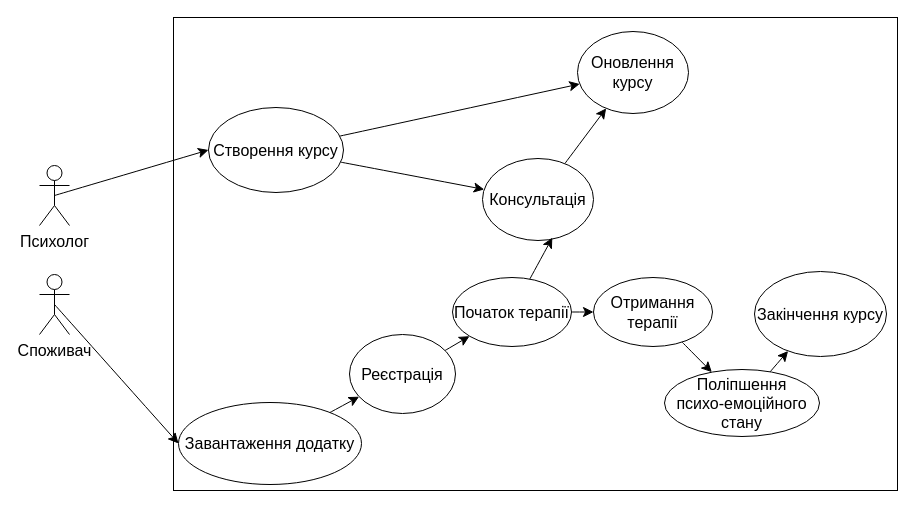
The draw.io diagram 1-SoftwareRequirements/1.3-SoftwareUserRequirements/1.3.3-UseCaseDiagram/1.3.3.drawio in oleksandrblazhko/ai-215-smilyanskij, before the edit. Source tidied: cells renumbered, new cells numbered last; positions are measured from the earlier drawing's top-left corner, leaving out a move shared by most shapes. Both pictures are drawn from the tidied source at 100%, with x=0, y=0 at pixel (39, 17).
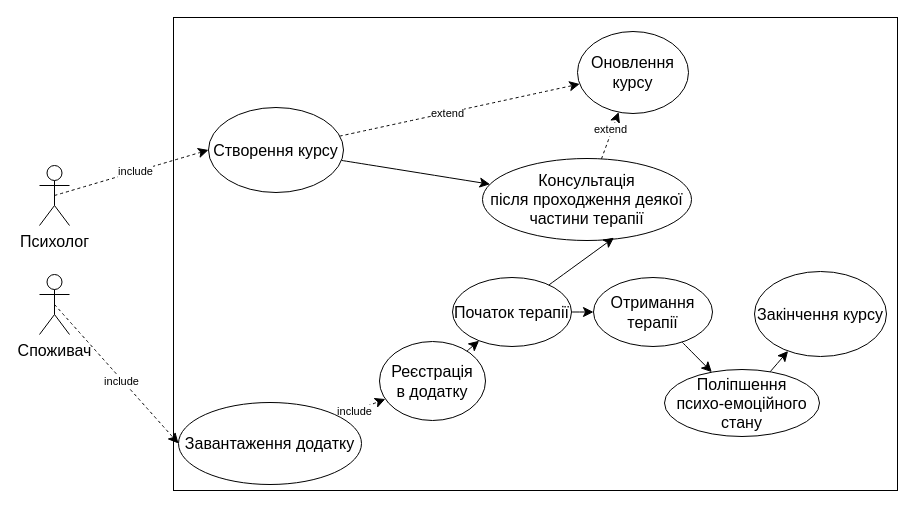
After the change.

Unchanged cells that the change refers to:
```xml
<mxCell id="5" value="Створення курсу" style="ellipse;whiteSpace=wrap;html=1;fontSize=16;" parent="1" vertex="1">
  <mxGeometry x="169" y="90" width="135" height="85" as="geometry" />
</mxCell>
<mxCell id="7" value="Завантаження додатку" style="ellipse;whiteSpace=wrap;html=1;fontSize=16;" parent="1" vertex="1">
  <mxGeometry x="139" y="385" width="183" height="82" as="geometry" />
</mxCell>
<mxCell id="16" value="Споживач" style="shape=umlActor;verticalLabelPosition=bottom;verticalAlign=top;html=1;outlineConnect=0;fontSize=16;" parent="1" vertex="1">
  <mxGeometry y="257" width="30" height="60" as="geometry" />
</mxCell>
<mxCell id="18" value="Психолог" style="shape=umlActor;verticalLabelPosition=bottom;verticalAlign=top;html=1;outlineConnect=0;fontSize=16;" parent="1" vertex="1">
  <mxGeometry y="148" width="30" height="60" as="geometry" />
</mxCell>
<mxCell id="22" value="Оновлення&lt;br&gt;курсу" style="ellipse;whiteSpace=wrap;html=1;fontSize=16;" parent="1" vertex="1">
  <mxGeometry x="538" y="14" width="111" height="82" as="geometry" />
</mxCell>
```

What changed in the source:
```diff
@@
-    <mxCell id="4" style="edgeStyle=none;curved=1;rounded=0;jettySize=auto;html=1;fontSize=12;startSize=8;endSize=8;" parent="1" edge="1" source="5" target="22">
+    <mxCell id="4" style="edgeStyle=none;curved=1;rounded=0;jettySize=auto;html=1;fontSize=12;startSize=8;endSize=8;dashed=1;" parent="1" edge="1" source="5" target="22">
       <mxGeometry relative="1" as="geometry" />
     </mxCell>
+    <mxCell id="25" value="extend" style="edgeLabel;html=1;align=center;verticalAlign=middle;" parent="4" vertex="1">
+      <mxGeometry x="-0.1" relative="1" as="geometry" />
+    </mxCell>
@@
-    <mxCell id="6" style="edgeStyle=none;curved=1;rounded=0;jettySize=auto;html=1;fontSize=12;startSize=8;endSize=8;" parent="1" edge="1" source="7" target="9">
+    <mxCell id="6" style="edgeStyle=none;curved=1;rounded=0;jettySize=auto;html=1;fontSize=12;startSize=8;endSize=8;dashed=1;" parent="1" edge="1" source="7" target="9">
       <mxGeometry relative="1" as="geometry" />
     </mxCell>
+    <mxCell id="26" value="include" style="edgeLabel;html=1;align=center;verticalAlign=middle;" parent="6" vertex="1">
+      <mxGeometry x="-0.39" relative="1" as="geometry" />
+    </mxCell>
@@
-    <mxCell id="9" value="Реєстрація" style="ellipse;whiteSpace=wrap;html=1;fontSize=16;" parent="1" vertex="1">
-      <mxGeometry x="310" y="317" width="106" height="79" as="geometry" />
+    <mxCell id="9" value="Реєстрація&lt;br&gt;в додатку" style="ellipse;whiteSpace=wrap;html=1;fontSize=16;" parent="1" vertex="1">
+      <mxGeometry x="340" y="324" width="106" height="79" as="geometry" />
     </mxCell>
@@
-    <mxCell id="12" style="edgeStyle=none;curved=1;rounded=0;jettySize=auto;html=1;fontSize=12;startSize=8;endSize=8;" parent="1" edge="1" source="13" target="22">
+    <mxCell id="12" style="edgeStyle=none;curved=1;rounded=0;jettySize=auto;html=1;fontSize=12;startSize=8;endSize=8;dashed=1;" parent="1" edge="1" source="13" target="22">
       <mxGeometry relative="1" as="geometry" />
     </mxCell>
+    <mxCell id="27" value="extend" style="edgeLabel;html=1;align=center;verticalAlign=middle;" parent="12" vertex="1">
+      <mxGeometry x="0.25" y="2" relative="1" as="geometry" />
+    </mxCell>
-    <mxCell id="13" value="Консультація" style="ellipse;whiteSpace=wrap;html=1;fontSize=16;" parent="1" vertex="1">
-      <mxGeometry x="443" y="141" width="111" height="82" as="geometry" />
+    <mxCell id="13" value="Консультація&lt;br&gt;після проходження деякої частини терапії" style="ellipse;whiteSpace=wrap;html=1;fontSize=16;" parent="1" vertex="1">
+      <mxGeometry x="443" y="141" width="209" height="82" as="geometry" />
     </mxCell>
@@
-    <mxCell id="15" style="edgeStyle=none;curved=1;rounded=0;jettySize=auto;html=1;exitX=0.5;exitY=0.5;exitDx=0;exitDy=0;exitPerimeter=0;entryX=0;entryY=0.5;entryDx=0;entryDy=0;fontSize=12;startSize=8;endSize=8;" parent="1" edge="1" source="16" target="7">
+    <mxCell id="15" style="edgeStyle=none;curved=1;rounded=0;jettySize=auto;html=1;exitX=0.5;exitY=0.5;exitDx=0;exitDy=0;exitPerimeter=0;entryX=0;entryY=0.5;entryDx=0;entryDy=0;fontSize=12;startSize=8;endSize=8;dashed=1;" parent="1" edge="1" source="16" target="7">
       <mxGeometry relative="1" as="geometry" />
     </mxCell>
+    <mxCell id="28" value="include" style="edgeLabel;html=1;align=center;verticalAlign=middle;" parent="15" vertex="1">
+      <mxGeometry x="0.08" y="-1" relative="1" as="geometry" />
+    </mxCell>
@@
-    <mxCell id="17" style="edgeStyle=none;curved=1;rounded=0;jettySize=auto;html=1;exitX=0.5;exitY=0.5;exitDx=0;exitDy=0;exitPerimeter=0;entryX=0;entryY=0.5;entryDx=0;entryDy=0;fontSize=12;startSize=8;endSize=8;" parent="1" edge="1" source="18" target="5">
+    <mxCell id="17" style="edgeStyle=none;curved=1;rounded=0;jettySize=auto;html=1;exitX=0.5;exitY=0.5;exitDx=0;exitDy=0;exitPerimeter=0;entryX=0;entryY=0.5;entryDx=0;entryDy=0;fontSize=12;startSize=8;endSize=8;dashed=1;" parent="1" edge="1" source="18" target="5">
       <mxGeometry relative="1" as="geometry" />
     </mxCell>
+    <mxCell id="29" value="include" style="edgeLabel;html=1;align=center;verticalAlign=middle;" parent="17" vertex="1">
+      <mxGeometry x="0.05" y="1" relative="1" as="geometry" />
+    </mxCell>
```
